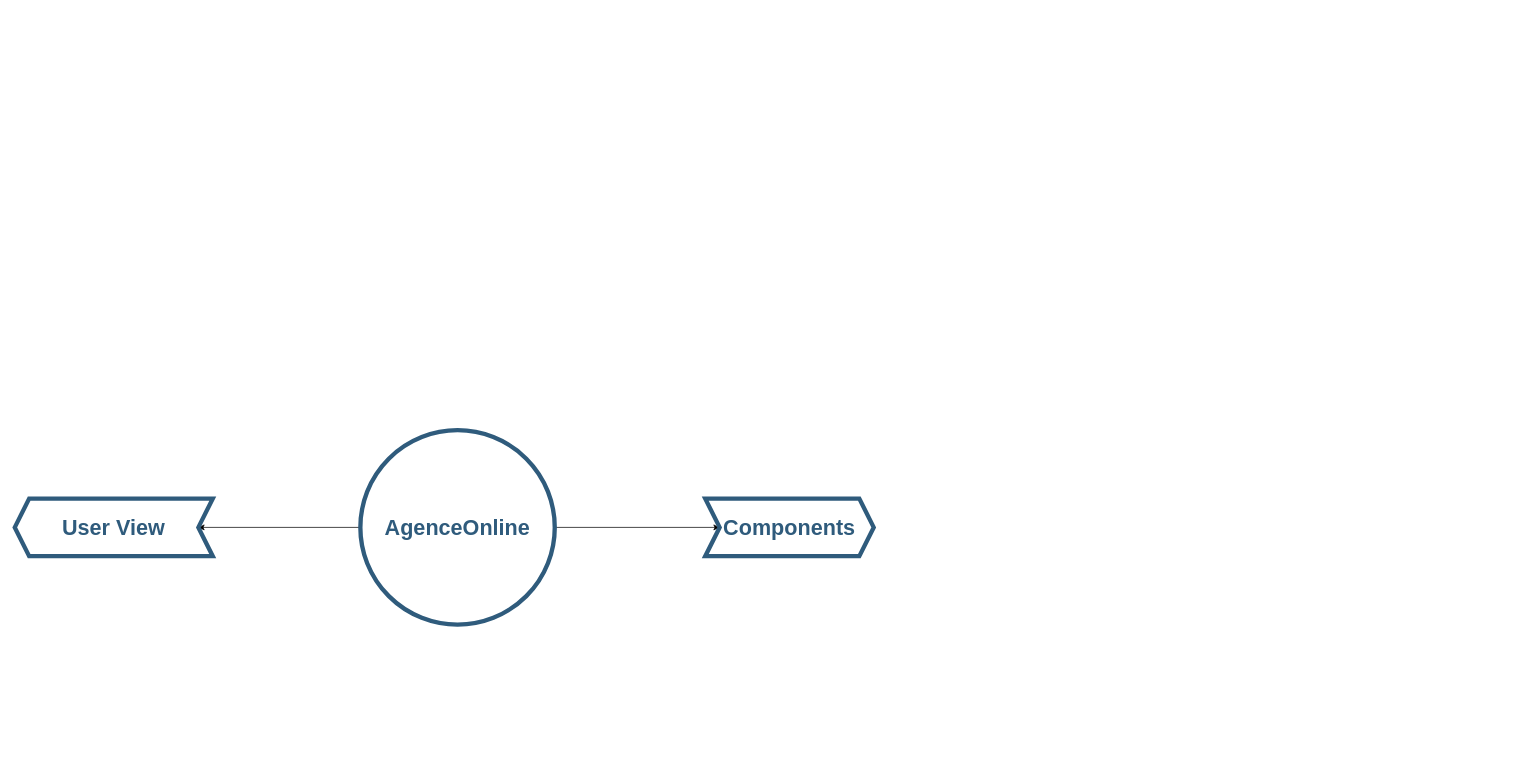
The draw.io diagram Untitled Diagram.drawio in defenetlynotjhonny/flowcharts, before the edit. Source tidied: cells renumbered, new cells numbered last; positions are measured from the earlier drawing's top-left corner, leaving out a move shared by most shapes. Both pictures are drawn from the tidied source at 72%, with x=0, y=0 at pixel (14, 430).
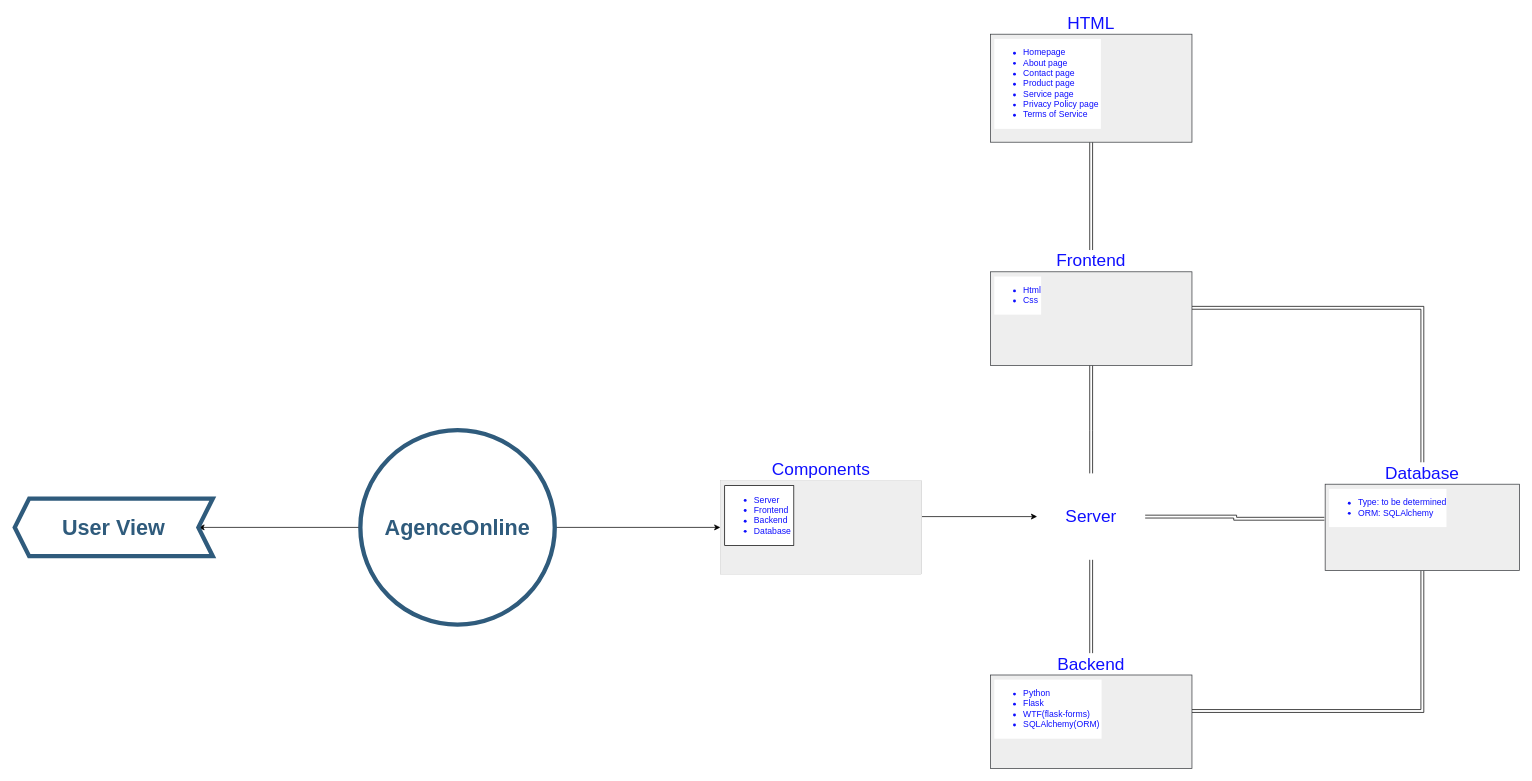
The same page after the edit.

Unchanged cells that the change refers to:
```xml
<mxCell id="4" value="AgenceOnline&lt;br&gt;" style="ellipse;whiteSpace=wrap;html=1;shadow=0;fontFamily=Helvetica;fontSize=30;fontColor=#2F5B7C;align=center;strokeColor=#2F5B7C;strokeWidth=6;fillColor=#FFFFFF;fontStyle=1;gradientColor=none;" parent="1" vertex="1">
  <mxGeometry x="480" width="270" height="270" as="geometry" />
</mxCell>
```

The edit, as a diff of the source:
```diff
@@
-    <mxCell id="2" style="edgeStyle=orthogonalEdgeStyle;rounded=0;jettySize=auto;html=1;" parent="1" edge="1" source="4" target="5">
-      <mxGeometry relative="1" as="geometry" />
-    </mxCell>
@@
+    <mxCell id="7" style="edgeStyle=orthogonalEdgeStyle;rounded=0;jettySize=auto;html=1;fontSize=24;fontColor=#0F0FFF;" parent="1" edge="1" source="4" target="9">
+      <mxGeometry relative="1" as="geometry" />
+    </mxCell>
@@
+    <mxCell id="6" value="User View" style="shape=step;perimeter=stepPerimeter;whiteSpace=wrap;html=1;fixedSize=1;fontSize=30;fillColor=#FFFFFF;strokeColor=#2F5B7C;fontColor=#2F5B7C;shadow=0;strokeWidth=6;fontStyle=1;gradientColor=none;size=20;rotation=0;direction=west;" parent="1" vertex="1">
+      <mxGeometry y="95" width="275" height="80" as="geometry" />
+    </mxCell>
+    <mxCell id="8" style="edgeStyle=orthogonalEdgeStyle;rounded=0;jettySize=auto;html=1;fontSize=24;fontColor=#0F0FFF;" parent="1" edge="1" source="5" target="15">
+      <mxGeometry relative="1" as="geometry" />
+    </mxCell>
-    <mxCell id="5" value="Components" style="shape=step;perimeter=stepPerimeter;whiteSpace=wrap;html=1;fixedSize=1;fontSize=30;fillColor=#FFFFFF;strokeColor=#2F5B7C;fontColor=#2F5B7C;shadow=0;strokeWidth=6;fontStyle=1;gradientColor=none;" parent="1" vertex="1">
-      <mxGeometry x="959" y="95" width="234" height="80" as="geometry" />
+    <mxCell id="5" value="Components" style="swimlane;horizontal=1;startSize=30;rounded=0;fontSize=24;fontStyle=0;strokeWidth=0;shadow=0;dashed=0;align=center;labelBackgroundColor=#FFFFFF;labelBorderColor=none;html=1;fillColor=#FFFFFF;strokeColor=none;fontColor=#0F0FFF;swimlaneLine=0;sketch=0;perimeterSpacing=0;swimlaneFillColor=none;gradientColor=none;whiteSpace=wrap;" parent="1" vertex="1">
+      <mxGeometry x="980" y="40" width="280" height="160" as="geometry" />
     </mxCell>
-    <mxCell id="6" value="User View" style="shape=step;perimeter=stepPerimeter;whiteSpace=wrap;html=1;fixedSize=1;fontSize=30;fillColor=#FFFFFF;strokeColor=#2F5B7C;fontColor=#2F5B7C;shadow=0;strokeWidth=6;fontStyle=1;gradientColor=none;size=20;rotation=0;direction=west;" parent="1" vertex="1">
-      <mxGeometry y="95" width="275" height="80" as="geometry" />
-    </mxCell>
+    <mxCell id="9" value="&lt;ul&gt;&lt;li style=&quot;&quot;&gt;Server&lt;/li&gt;&lt;li style=&quot;&quot;&gt;Frontend&lt;/li&gt;&lt;li style=&quot;&quot;&gt;Backend&lt;/li&gt;&lt;li style=&quot;&quot;&gt;Database&amp;nbsp;&lt;/li&gt;&lt;/ul&gt;" style="align=left;strokeColor=default;fillColor=#eeeeee;spacingLeft=4;fontSize=12;verticalAlign=top;labelBackgroundColor=#FFFFFF;labelBorderColor=#000000;html=1;fontColor=#0F0FFF;strokeWidth=0;perimeterSpacing=0;rounded=0;shadow=0;sketch=0;" parent="5" vertex="1">
+      <mxGeometry y="30" width="280" height="130" as="geometry" />
+    </mxCell>
+    <mxCell id="10" style="align=left;strokeColor=#36393d;fillColor=#eeeeee;spacingLeft=4;fontSize=12;verticalAlign=top;labelBackgroundColor=default;labelBorderColor=none;html=1;" parent="5" vertex="1">
+      <mxGeometry y="160" width="280" as="geometry" />
+    </mxCell>
+    <mxCell id="11" style="align=left;strokeColor=default;fillColor=#eeeeee;spacingLeft=4;fontSize=12;verticalAlign=top;labelBackgroundColor=#FFFFFF;labelBorderColor=#000000;html=1;fontColor=#0F0FFF;strokeWidth=0;perimeterSpacing=0;rounded=0;shadow=0;sketch=0;" parent="5" vertex="1">
+      <mxGeometry y="160" width="280" as="geometry" />
+    </mxCell>
+    <mxCell id="12" style="edgeStyle=orthogonalEdgeStyle;rounded=0;jettySize=auto;html=1;fontSize=24;fontColor=#0F0FFF;entryX=0.5;entryY=1;entryDx=0;entryDy=0;shape=link;" parent="1" edge="1" source="15">
+      <mxGeometry relative="1" as="geometry">
+        <mxPoint x="1495" y="-90" as="targetPoint" />
+        <Array as="points">
+          <mxPoint x="1495" />
+          <mxPoint x="1495" />
+        </Array>
+      </mxGeometry>
+    </mxCell>
+    <mxCell id="13" style="edgeStyle=orthogonalEdgeStyle;shape=link;rounded=0;jettySize=auto;html=1;fontSize=24;fontColor=#0F0FFF;entryX=0.5;entryY=0;entryDx=0;entryDy=0;" parent="1" edge="1" source="15" target="21">
+      <mxGeometry relative="1" as="geometry" />
+    </mxCell>
+    <mxCell id="14" style="edgeStyle=orthogonalEdgeStyle;shape=link;rounded=0;jettySize=auto;html=1;fontSize=24;fontColor=#0F0FFF;entryX=-0.004;entryY=0.4;entryDx=0;entryDy=0;entryPerimeter=0;" parent="1" edge="1" source="15" target="24">
+      <mxGeometry relative="1" as="geometry" />
+    </mxCell>
+    <mxCell id="15" value="Server" style="rhombus;whiteSpace=wrap;html=1;fontSize=24;fillColor=#FFFFFF;strokeColor=none;fontColor=#0F0FFF;fontStyle=0;startSize=30;rounded=0;strokeWidth=0;shadow=0;dashed=0;labelBackgroundColor=#FFFFFF;labelBorderColor=none;sketch=0;swimlaneFillColor=none;gradientColor=none;" parent="1" vertex="1">
+      <mxGeometry x="1420" y="60" width="150" height="120" as="geometry" />
+    </mxCell>
+    <mxCell id="16" style="edgeStyle=orthogonalEdgeStyle;shape=link;rounded=0;jettySize=auto;html=1;fontSize=24;fontColor=#0F0FFF;entryX=0.5;entryY=0;entryDx=0;entryDy=0;" parent="1" edge="1" source="18" target="23">
+      <mxGeometry relative="1" as="geometry" />
+    </mxCell>
+    <mxCell id="17" style="edgeStyle=orthogonalEdgeStyle;shape=link;rounded=0;jettySize=auto;html=1;fontSize=24;fontColor=#0F0FFF;entryX=0.5;entryY=1;entryDx=0;entryDy=0;" parent="1" edge="1" source="18" target="26">
+      <mxGeometry relative="1" as="geometry" />
+    </mxCell>
+    <mxCell id="18" value="Frontend" style="swimlane;horizontal=1;startSize=30;rounded=0;fontSize=24;fontStyle=0;strokeWidth=0;shadow=0;dashed=0;align=center;labelBackgroundColor=#FFFFFF;labelBorderColor=none;html=1;fillColor=#FFFFFF;strokeColor=none;fontColor=#0F0FFF;swimlaneLine=0;sketch=0;perimeterSpacing=0;swimlaneFillColor=none;gradientColor=none;whiteSpace=wrap;" parent="1" vertex="1">
+      <mxGeometry x="1355" y="-250" width="280" height="160" as="geometry" />
+    </mxCell>
+    <mxCell id="19" value="&lt;ul&gt;&lt;li&gt;Html&lt;/li&gt;&lt;li&gt;Css&lt;/li&gt;&lt;/ul&gt;" style="align=left;strokeColor=#36393d;fillColor=#eeeeee;spacingLeft=4;fontSize=12;verticalAlign=top;labelBackgroundColor=#FFFFFF;labelBorderColor=none;html=1;fontColor=#0F0FFF;" parent="18" vertex="1">
+      <mxGeometry y="30" width="280" height="130" as="geometry" />
+    </mxCell>
+    <mxCell id="20" style="edgeStyle=orthogonalEdgeStyle;shape=link;rounded=0;jettySize=auto;html=1;fontSize=24;fontColor=#0F0FFF;" parent="1" edge="1" source="21" target="24">
+      <mxGeometry relative="1" as="geometry" />
+    </mxCell>
+    <mxCell id="21" value="Backend" style="swimlane;horizontal=1;startSize=30;rounded=0;fontSize=24;fontStyle=0;strokeWidth=0;shadow=0;dashed=0;align=center;labelBackgroundColor=#FFFFFF;labelBorderColor=none;html=1;fillColor=#FFFFFF;strokeColor=none;fontColor=#0F0FFF;swimlaneLine=0;sketch=0;perimeterSpacing=0;swimlaneFillColor=none;gradientColor=none;whiteSpace=wrap;" parent="1" vertex="1">
+      <mxGeometry x="1355" y="310" width="280" height="160" as="geometry" />
+    </mxCell>
+    <mxCell id="22" value="&lt;ul&gt;&lt;li&gt;Python&lt;/li&gt;&lt;li&gt;Flask&lt;/li&gt;&lt;li&gt;WTF(flask-forms)&lt;/li&gt;&lt;li&gt;SQLAlchemy(ORM)&amp;nbsp;&lt;/li&gt;&lt;/ul&gt;" style="align=left;strokeColor=#36393d;fillColor=#eeeeee;spacingLeft=4;fontSize=12;verticalAlign=top;labelBackgroundColor=#FFFFFF;labelBorderColor=none;html=1;fontColor=#0F0FFF;" parent="21" vertex="1">
+      <mxGeometry y="30" width="280" height="130" as="geometry" />
+    </mxCell>
+    <mxCell id="23" value="Database" style="swimlane;horizontal=1;startSize=30;rounded=0;fontSize=24;fontStyle=0;strokeWidth=0;shadow=0;dashed=0;align=center;labelBackgroundColor=#FFFFFF;labelBorderColor=none;html=1;fillColor=#FFFFFF;strokeColor=none;fontColor=#0F0FFF;swimlaneLine=0;sketch=0;perimeterSpacing=0;swimlaneFillColor=none;gradientColor=none;whiteSpace=wrap;" parent="1" vertex="1">
+      <mxGeometry x="1820" y="45" width="270" height="150" as="geometry" />
+    </mxCell>
+    <mxCell id="24" value="&lt;ul&gt;&lt;li&gt;Type: to be determined&lt;/li&gt;&lt;li&gt;ORM: SQLAlchemy&lt;/li&gt;&lt;/ul&gt;" style="align=left;strokeColor=#36393d;fillColor=#eeeeee;spacingLeft=4;fontSize=12;verticalAlign=top;labelBackgroundColor=#FFFFFF;labelBorderColor=none;html=1;fontColor=#0F0FFF;" parent="23" vertex="1">
+      <mxGeometry y="30" width="270" height="120" as="geometry" />
+    </mxCell>
+    <mxCell id="25" value="HTML" style="swimlane;horizontal=1;startSize=30;rounded=0;fontSize=24;fontStyle=0;strokeWidth=0;shadow=0;dashed=0;align=center;labelBackgroundColor=#FFFFFF;labelBorderColor=none;html=1;fillColor=#FFFFFF;strokeColor=none;fontColor=#0F0FFF;swimlaneLine=0;sketch=0;perimeterSpacing=0;swimlaneFillColor=none;gradientColor=none;whiteSpace=wrap;" parent="1" vertex="1">
+      <mxGeometry x="1355" y="-580" width="280" height="180" as="geometry" />
+    </mxCell>
+    <mxCell id="26" value="&lt;ul&gt;&lt;li&gt;Homepage&lt;/li&gt;&lt;li&gt;About page&amp;nbsp;&lt;/li&gt;&lt;li&gt;Contact page&lt;/li&gt;&lt;li&gt;Product page&lt;/li&gt;&lt;li&gt;Service page&lt;/li&gt;&lt;li&gt;Privacy Policy page&amp;nbsp;&lt;/li&gt;&lt;li&gt;Terms of Service&lt;/li&gt;&lt;/ul&gt;" style="align=left;strokeColor=#36393d;fillColor=#eeeeee;spacingLeft=4;fontSize=12;verticalAlign=top;labelBackgroundColor=#FFFFFF;labelBorderColor=none;html=1;fontColor=#0F0FFF;" parent="25" vertex="1">
+      <mxGeometry y="30" width="280" height="150" as="geometry" />
+    </mxCell>
```
